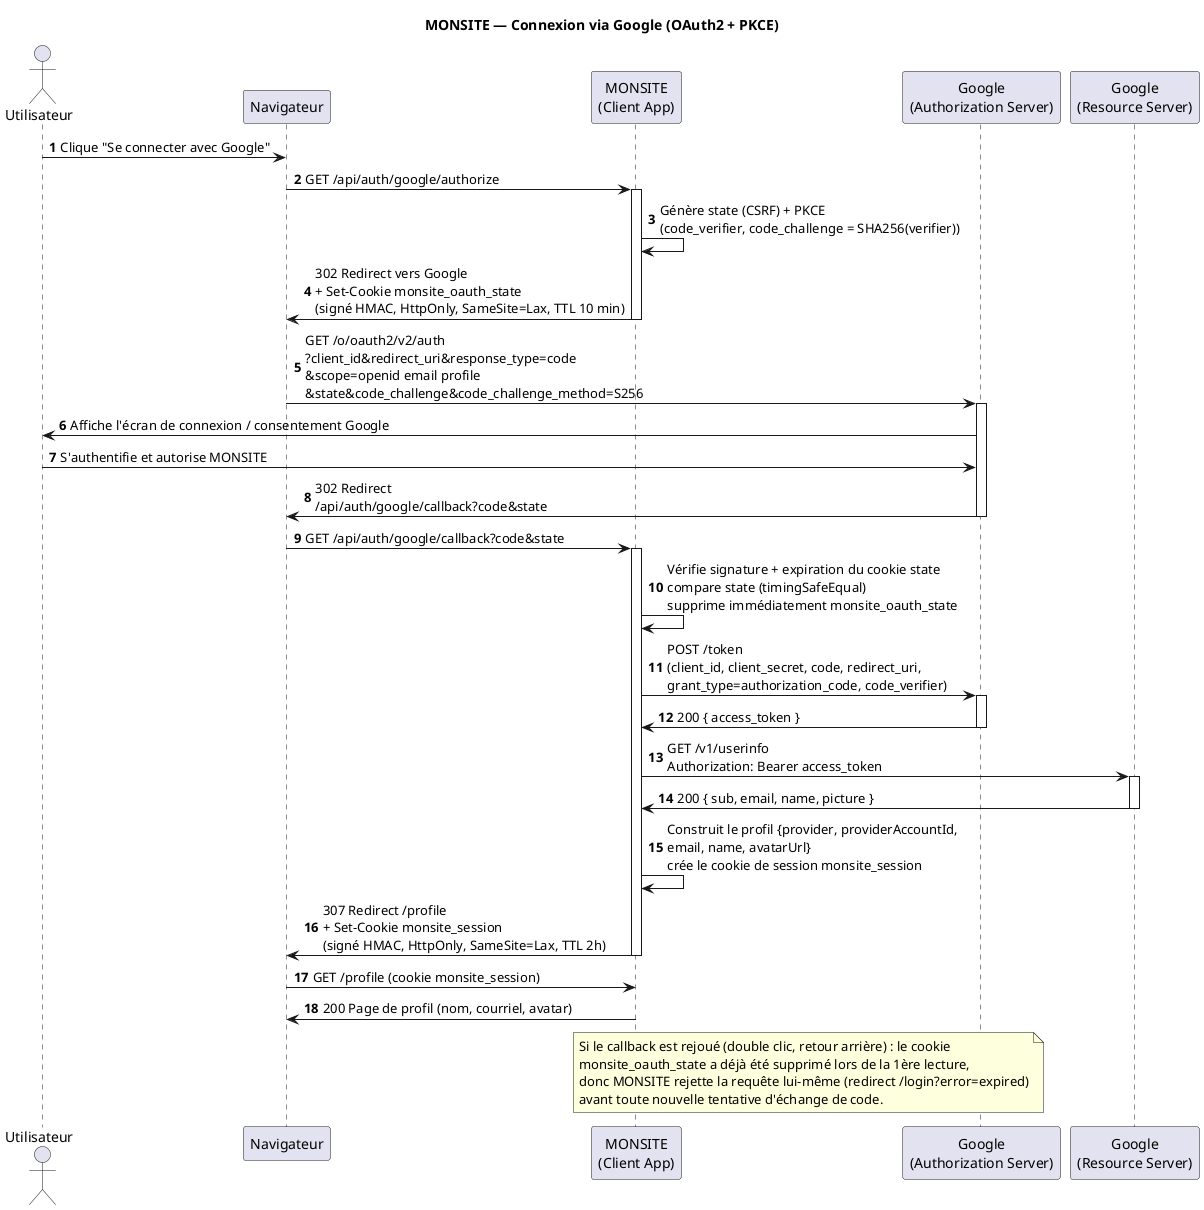
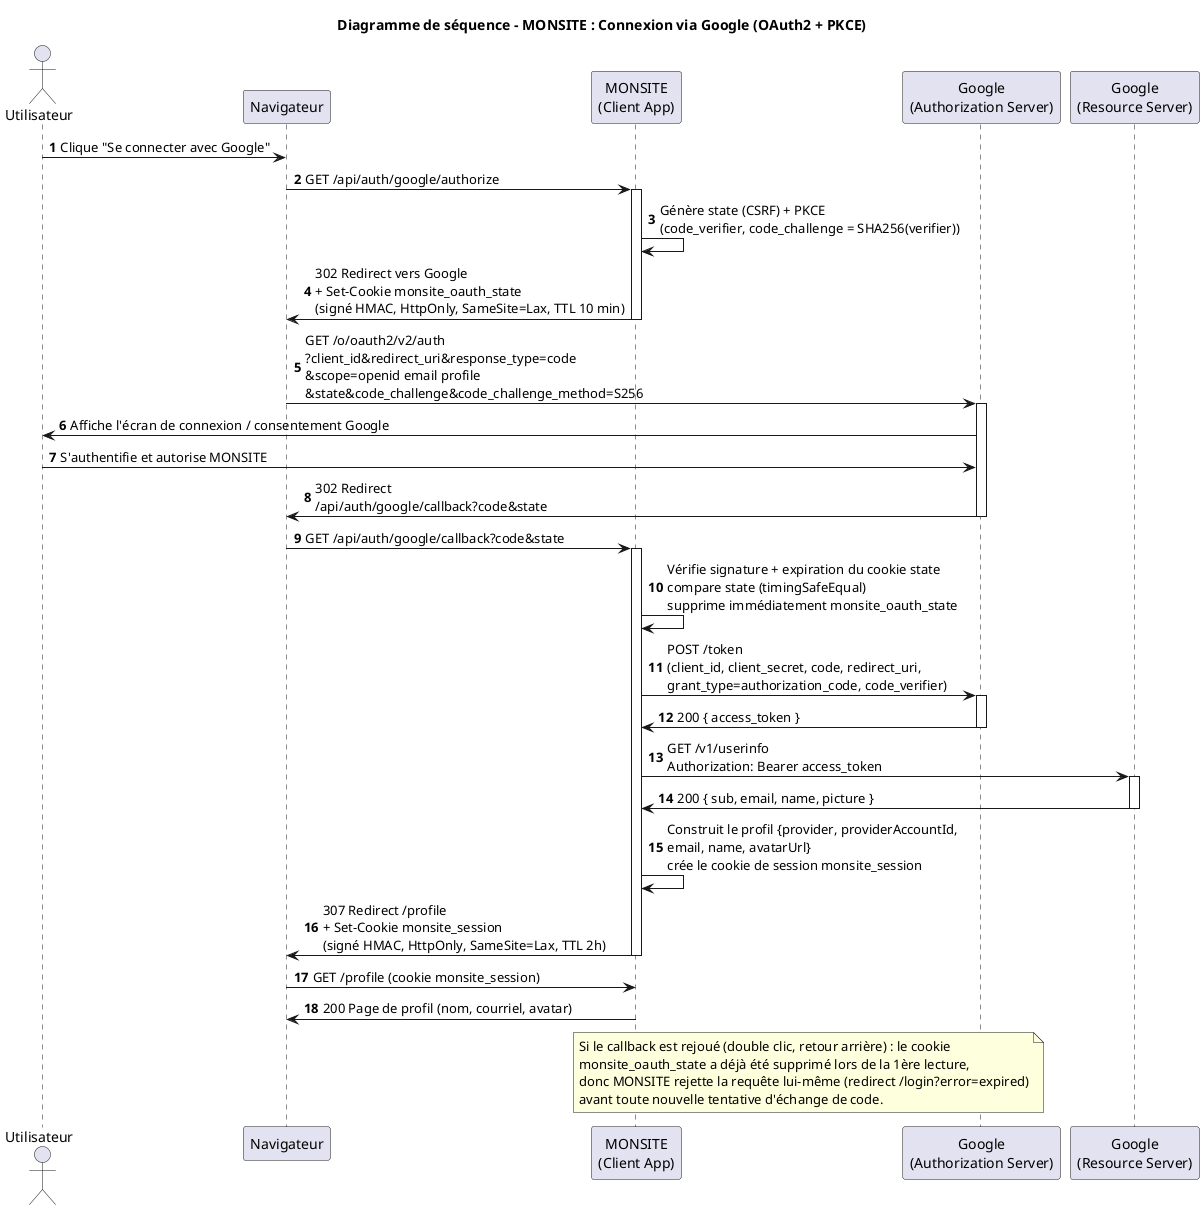
- @startuml sequence-google
- title MONSITE — Connexion via Google (OAuth2 + PKCE)
+ @startuml diagram_sequence_google
+ 
+ title Diagramme de séquence - MONSITE : Connexion via Google (OAuth2 + PKCE)

autonumber

actor "Utilisateur" as User
participant "Navigateur" as Browser
participant "MONSITE\n(Client App)" as Monsite
participant "Google\n(Authorization Server)" as GoogleAuth
participant "Google\n(Resource Server)" as GoogleRes

User -> Browser: Clique "Se connecter avec Google"
Browser -> Monsite: GET /api/auth/google/authorize
activate Monsite
Monsite -> Monsite: Génère state (CSRF) + PKCE\n(code_verifier, code_challenge = SHA256(verifier))
Monsite -> Browser: 302 Redirect vers Google\n+ Set-Cookie monsite_oauth_state\n(signé HMAC, HttpOnly, SameSite=Lax, TTL 10 min)
deactivate Monsite

Browser -> GoogleAuth: GET /o/oauth2/v2/auth\n?client_id&redirect_uri&response_type=code\n&scope=openid email profile\n&state&code_challenge&code_challenge_method=S256
activate GoogleAuth
GoogleAuth -> User: Affiche l'écran de connexion / consentement Google
User -> GoogleAuth: S'authentifie et autorise MONSITE
GoogleAuth -> Browser: 302 Redirect\n/api/auth/google/callback?code&state
deactivate GoogleAuth

Browser -> Monsite: GET /api/auth/google/callback?code&state
activate Monsite
Monsite -> Monsite: Vérifie signature + expiration du cookie state\ncompare state (timingSafeEqual)\nsupprime immédiatement monsite_oauth_state
Monsite -> GoogleAuth: POST /token\n(client_id, client_secret, code, redirect_uri,\ngrant_type=authorization_code, code_verifier)
activate GoogleAuth
GoogleAuth -> Monsite: 200 { access_token }
deactivate GoogleAuth

Monsite -> GoogleRes: GET /v1/userinfo\nAuthorization: Bearer access_token
activate GoogleRes
GoogleRes -> Monsite: 200 { sub, email, name, picture }
deactivate GoogleRes

Monsite -> Monsite: Construit le profil {provider, providerAccountId,\nemail, name, avatarUrl}\ncrée le cookie de session monsite_session
Monsite -> Browser: 307 Redirect /profile\n+ Set-Cookie monsite_session\n(signé HMAC, HttpOnly, SameSite=Lax, TTL 2h)
deactivate Monsite

Browser -> Monsite: GET /profile (cookie monsite_session)
Monsite -> Browser: 200 Page de profil (nom, courriel, avatar)

note over Monsite, GoogleAuth
  Si le callback est rejoué (double clic, retour arrière) : le cookie
  monsite_oauth_state a déjà été supprimé lors de la 1ère lecture,
  donc MONSITE rejette la requête lui-même (redirect /login?error=expired)
  avant toute nouvelle tentative d'échange de code.
end note

@enduml
